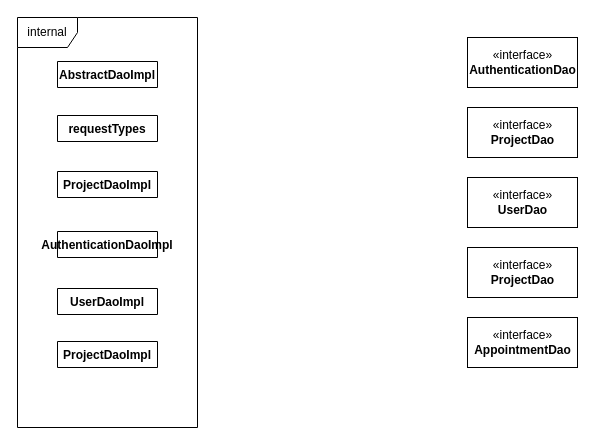
Earlier version of the draw.io diagram page "dao" (6 of 9) of docu/DEV docu/Class Diagram.drawio (PongEqualsNPong/swp-2020). Source tidied: cells renumbered, new cells numbered last; positions are measured from the earlier drawing's top-left corner, leaving out a move shared by most shapes. Both pictures are drawn from the tidied source at 100%, with x=0, y=0 at pixel (17, 17).
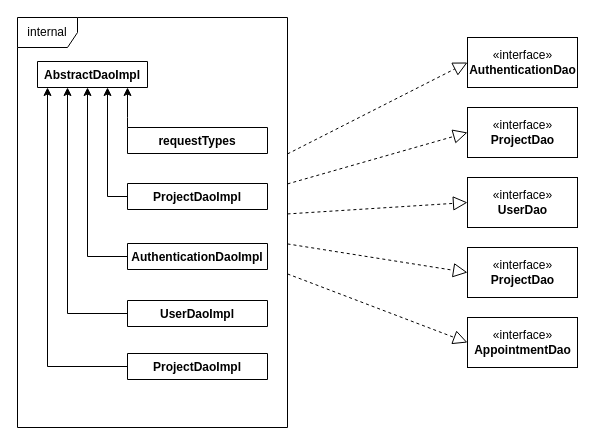
Above is the later version.

The change refers to these unchanged cells:
```xml
<mxCell id="3" value="«interface»&lt;br&gt;&lt;b&gt;AuthenticationDao&lt;/b&gt;" style="html=1;" parent="1" vertex="1">
  <mxGeometry x="450" y="20" width="110" height="50" as="geometry" />
</mxCell>
<mxCell id="4" value="«interface»&lt;br&gt;&lt;b&gt;ProjectDao&lt;/b&gt;" style="html=1;" parent="1" vertex="1">
  <mxGeometry x="450" y="90" width="110" height="50" as="geometry" />
</mxCell>
<mxCell id="5" value="«interface»&lt;br&gt;&lt;b&gt;UserDao&lt;/b&gt;" style="html=1;" parent="1" vertex="1">
  <mxGeometry x="450" y="160" width="110" height="50" as="geometry" />
</mxCell>
<mxCell id="6" value="«interface»&lt;br&gt;&lt;b&gt;ProjectDao&lt;/b&gt;" style="html=1;" parent="1" vertex="1">
  <mxGeometry x="450" y="230" width="110" height="50" as="geometry" />
</mxCell>
<mxCell id="7" value="«interface»&lt;br&gt;&lt;b&gt;AppointmentDao&lt;/b&gt;" style="html=1;" parent="1" vertex="1">
  <mxGeometry x="450" y="300" width="110" height="50" as="geometry" />
</mxCell>
```

Change to the diagram source:
```diff
@@
     <mxCell id="2" value="internal" style="shape=umlFrame;whiteSpace=wrap;html=1;" parent="1" vertex="1">
-      <mxGeometry width="180" height="410" as="geometry" />
+      <mxGeometry width="270" height="410" as="geometry" />
     </mxCell>
@@
+    <mxCell id="14" style="edgeStyle=orthogonalEdgeStyle;rounded=0;jettySize=auto;html=1;" parent="1" edge="1" source="8" target="13">
+      <mxGeometry relative="1" as="geometry">
+        <Array as="points">
+          <mxPoint x="70" y="239" />
+        </Array>
+      </mxGeometry>
+    </mxCell>
     <mxCell id="8" value="AuthenticationDaoImpl" style="swimlane;fontStyle=1;align=center;verticalAlign=top;horizontal=1;startSize=26;" parent="1" vertex="1" collapsed="1">
-      <mxGeometry x="40" y="214" width="100" height="26" as="geometry" />
+      <mxGeometry x="110" y="226" width="140" height="26" as="geometry" />
     </mxCell>
+    <mxCell id="15" style="edgeStyle=orthogonalEdgeStyle;rounded=0;jettySize=auto;html=1;" parent="1" edge="1" source="9" target="13">
+      <mxGeometry relative="1" as="geometry">
+        <Array as="points">
+          <mxPoint x="50" y="296" />
+        </Array>
+      </mxGeometry>
+    </mxCell>
     <mxCell id="9" value="UserDaoImpl" style="swimlane;fontStyle=1;align=center;verticalAlign=top;horizontal=1;startSize=26;" parent="1" vertex="1" collapsed="1">
-      <mxGeometry x="40" y="271" width="100" height="26" as="geometry" />
+      <mxGeometry x="110" y="283" width="140" height="26" as="geometry" />
     </mxCell>
+    <mxCell id="16" style="edgeStyle=orthogonalEdgeStyle;rounded=0;jettySize=auto;html=1;" parent="1" edge="1" source="10" target="13">
+      <mxGeometry relative="1" as="geometry">
+        <Array as="points">
+          <mxPoint x="30" y="349" />
+        </Array>
+      </mxGeometry>
+    </mxCell>
     <mxCell id="10" value="ProjectDaoImpl" style="swimlane;fontStyle=1;align=center;verticalAlign=top;horizontal=1;startSize=26;" parent="1" vertex="1" collapsed="1">
-      <mxGeometry x="40" y="324" width="100" height="26" as="geometry" />
+      <mxGeometry x="110" y="336" width="140" height="26" as="geometry" />
     </mxCell>
+    <mxCell id="17" style="edgeStyle=orthogonalEdgeStyle;rounded=0;jettySize=auto;html=1;" parent="1" edge="1" source="11" target="13">
+      <mxGeometry relative="1" as="geometry">
+        <Array as="points">
+          <mxPoint x="90" y="179" />
+        </Array>
+      </mxGeometry>
+    </mxCell>
     <mxCell id="11" value="ProjectDaoImpl" style="swimlane;fontStyle=1;align=center;verticalAlign=top;horizontal=1;startSize=26;" parent="1" vertex="1" collapsed="1">
-      <mxGeometry x="40" y="154" width="100" height="26" as="geometry" />
+      <mxGeometry x="110" y="166" width="140" height="26" as="geometry" />
     </mxCell>
+    <mxCell id="18" style="edgeStyle=orthogonalEdgeStyle;rounded=0;jettySize=auto;html=1;" parent="1" edge="1" source="12" target="13">
+      <mxGeometry relative="1" as="geometry">
+        <Array as="points">
+          <mxPoint x="110" y="100" />
+          <mxPoint x="110" y="100" />
+        </Array>
+      </mxGeometry>
+    </mxCell>
     <mxCell id="12" value="requestTypes" style="swimlane;fontStyle=1;align=center;verticalAlign=top;horizontal=1;startSize=26;" parent="1" vertex="1" collapsed="1">
-      <mxGeometry x="40" y="98" width="100" height="26" as="geometry" />
+      <mxGeometry x="110" y="110" width="140" height="26" as="geometry" />
     </mxCell>
     <mxCell id="13" value="AbstractDaoImpl" style="swimlane;fontStyle=1;align=center;verticalAlign=top;horizontal=1;startSize=26;" parent="1" vertex="1" collapsed="1">
-      <mxGeometry x="40" y="44" width="100" height="26" as="geometry" />
+      <mxGeometry x="20" y="44" width="110" height="26" as="geometry" />
     </mxCell>
+    <mxCell id="19" style="endArrow=block;dashed=1;endFill=0;endSize=12;html=1;entryX=0;entryY=0.5;entryDx=0;entryDy=0;" parent="1" edge="1" source="2" target="6">
+      <mxGeometry relative="1" as="geometry" />
+    </mxCell>
+    <mxCell id="20" style="endArrow=block;dashed=1;endFill=0;endSize=12;html=1;entryX=0;entryY=0.5;entryDx=0;entryDy=0;" parent="1" edge="1" source="2" target="5">
+      <mxGeometry relative="1" as="geometry" />
+    </mxCell>
+    <mxCell id="21" style="endArrow=block;dashed=1;endFill=0;endSize=12;html=1;entryX=0;entryY=0.5;entryDx=0;entryDy=0;" parent="1" edge="1" source="2" target="4">
+      <mxGeometry relative="1" as="geometry" />
+    </mxCell>
+    <mxCell id="22" style="endArrow=block;dashed=1;endFill=0;endSize=12;html=1;entryX=0;entryY=0.5;entryDx=0;entryDy=0;" parent="1" edge="1" source="2" target="3">
+      <mxGeometry relative="1" as="geometry" />
+    </mxCell>
+    <mxCell id="23" style="endArrow=block;dashed=1;endFill=0;endSize=12;html=1;entryX=0;entryY=0.5;entryDx=0;entryDy=0;" parent="1" edge="1" source="2" target="7">
+      <mxGeometry relative="1" as="geometry" />
+    </mxCell>
```
